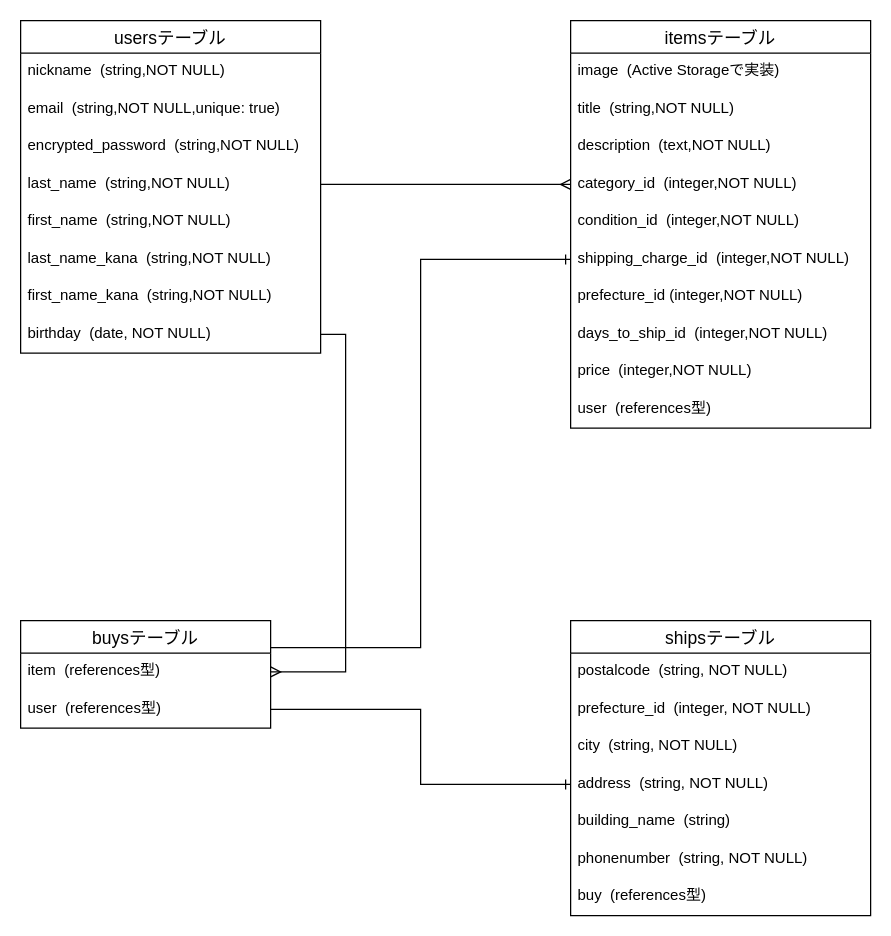
Above: furima.dio in foiblelush09/furima-36763 (draw.io), before the change. Source tidied: cells renumbered, new cells numbered last; positions are measured from the earlier drawing's top-left corner, leaving out a move shared by most shapes. Both pictures are drawn from the tidied source at 125%, with x=0, y=0 at pixel (20, 20).
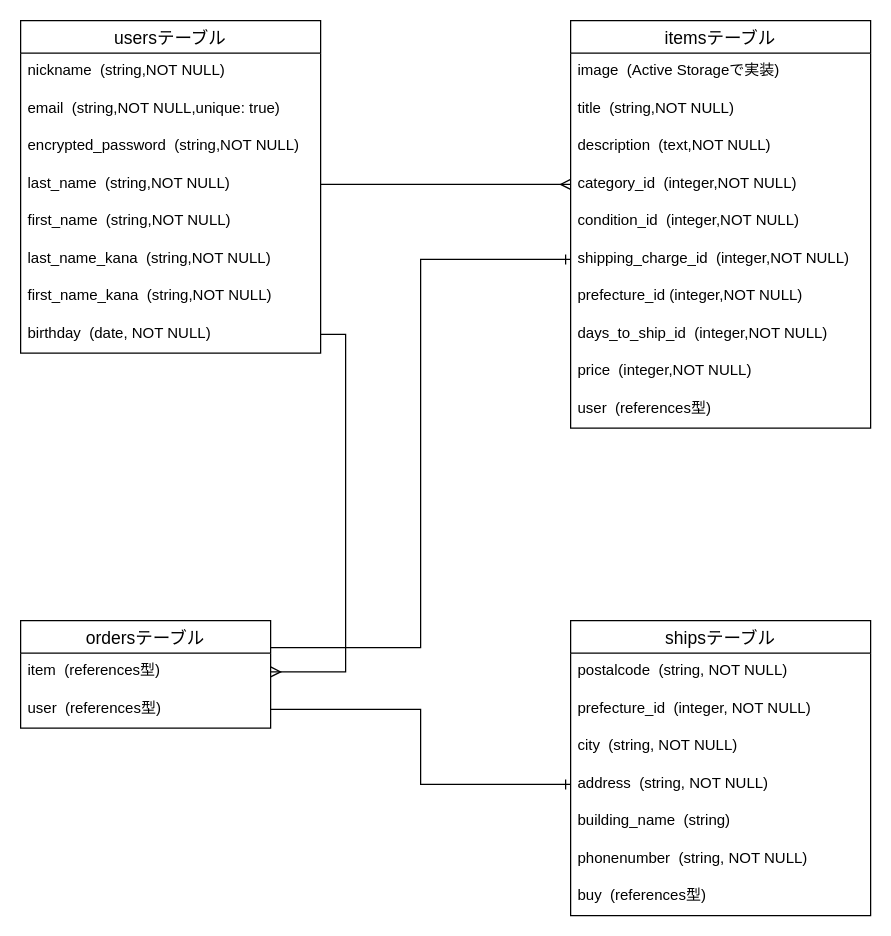
Above is the later version.

Commit message (it also covers changes not shown here):
テーブル名変更

Diff of the diagram source:
```diff
@@
-    <mxCell id="23" value="buysテーブル" style="swimlane;fontStyle=0;horizontal=1;startSize=26;align=center;fontSize=14;" parent="1" vertex="1">
+    <mxCell id="23" value="ordersテーブル" style="swimlane;fontStyle=0;horizontal=1;startSize=26;align=center;fontSize=14;" parent="1" vertex="1">
       <mxGeometry y="480" width="200" height="86" as="geometry" />
     </mxCell>
```
